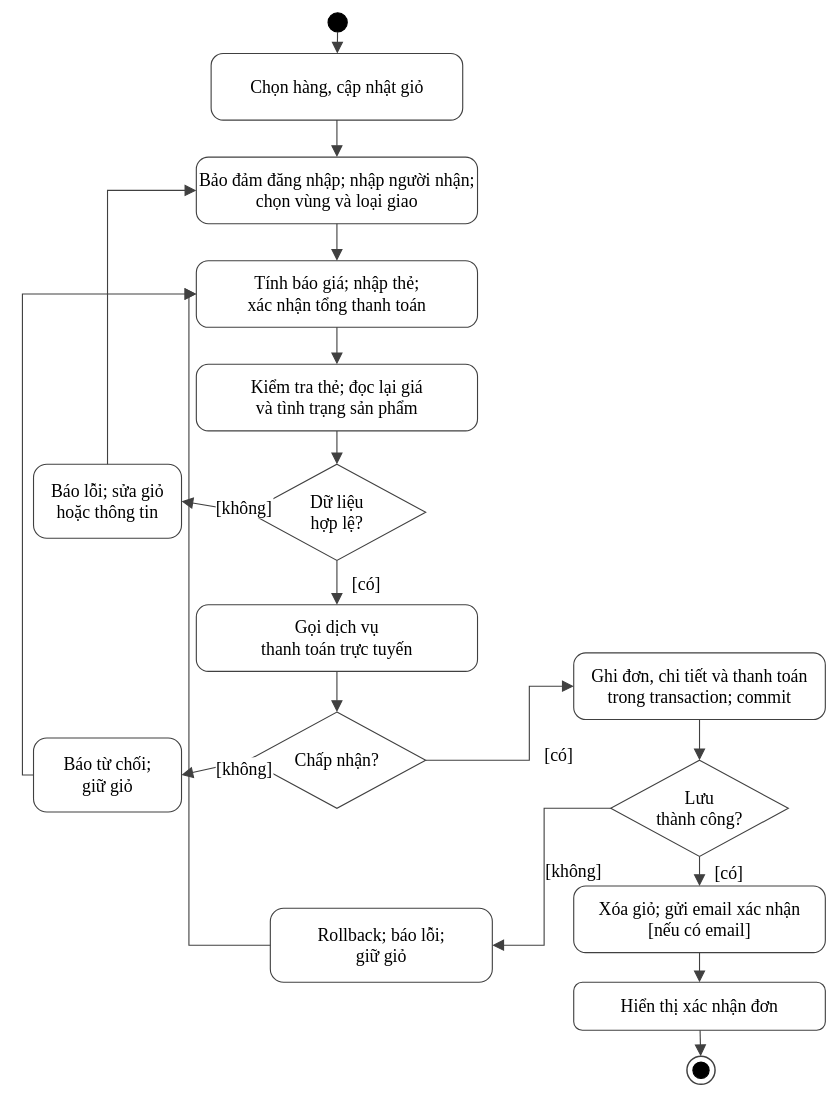
The draw.io diagram LAB4/UML/10_hoat_dong_dat_hang.drawio in kanishere55/LAB_AT_OOSD, before the edit. Source tidied: cells renumbered, new cells numbered last; positions are measured from the earlier drawing's top-left corner, leaving out a move shared by most shapes. Both pictures are drawn from the tidied source at 74%, with x=0, y=0 at pixel (22, 13).
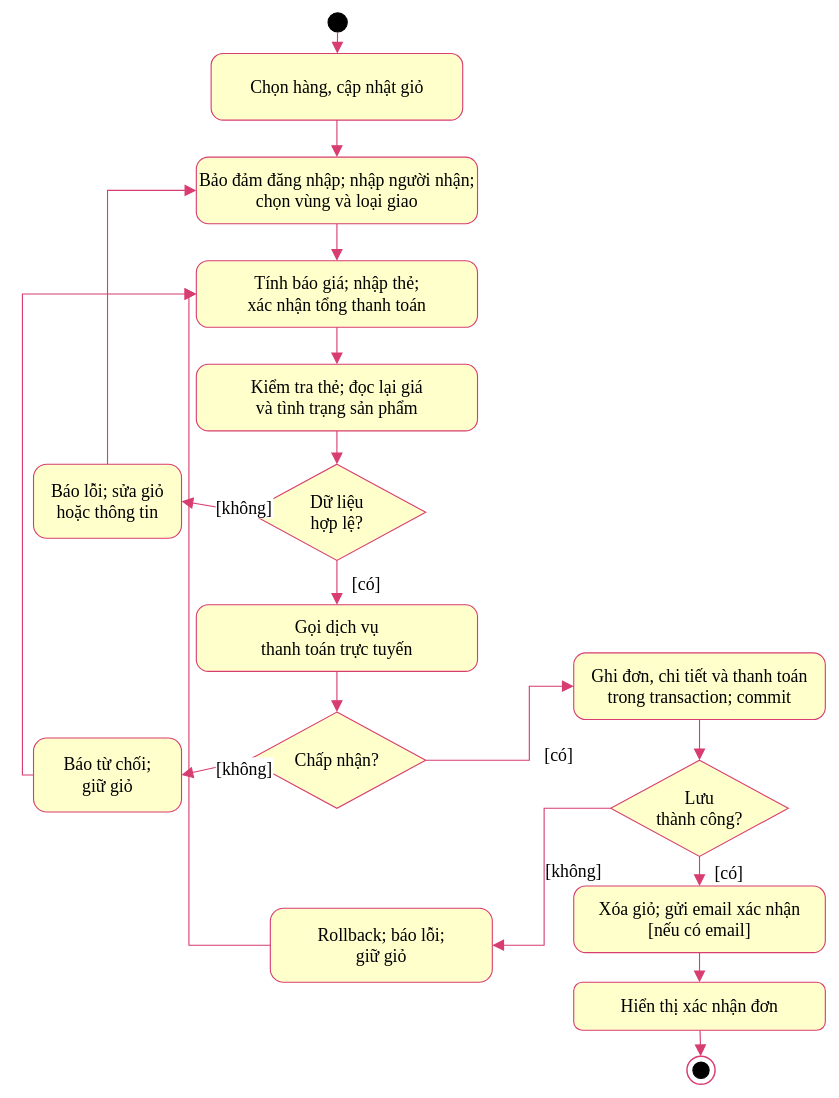
Above is the later version.

The edit, as a diff of the source:
```diff
@@
-    <mxCell id="2" style="fontFamily=Times New Roman;fontSize=24;fontColor=#000000;strokeColor=#404040;strokeWidth=1.5;shadow=0;shape=ellipse;fillColor=#000000;strokeColor=#000000;" parent="1" vertex="1">
+    <mxCell id="2" style="fontFamily=Times New Roman;fontSize=24;fontColor=#000000;strokeColor=#000000;strokeWidth=1.5;shadow=0;shape=ellipse;fillColor=#000000;strokeColor=#000000;" parent="1" vertex="1">
       <mxGeometry x="412.8" y="-0.2" width="26" height="26" as="geometry" />
     </mxCell>
-    <mxCell id="3" value="Chọn hàng, cập nhật giỏ" style="fontFamily=Times New Roman;fontSize=24;fontColor=#000000;strokeColor=#404040;strokeWidth=1.5;shadow=0;rounded=1;arcSize=18;fillColor=#ffffff;whiteSpace=wrap;html=0;" parent="1" vertex="1">
+    <mxCell id="3" value="Chọn hàng, cập nhật giỏ" style="fontFamily=Times New Roman;fontSize=24;fontColor=#000000;strokeColor=#d83d70;strokeWidth=1.5;shadow=0;rounded=1;arcSize=18;fillColor=#ffffcc;whiteSpace=wrap;html=0;" parent="1" vertex="1">
       <mxGeometry x="254.8" y="54.8" width="340" height="90" as="geometry" />
     </mxCell>
-    <mxCell id="4" value="Bảo đảm đăng nhập; nhập người nhận;&#10;chọn vùng và loại giao" style="fontFamily=Times New Roman;fontSize=24;fontColor=#000000;strokeColor=#404040;strokeWidth=1.5;shadow=0;rounded=1;arcSize=18;fillColor=#ffffff;whiteSpace=wrap;html=0;" parent="1" vertex="1">
+    <mxCell id="4" value="Bảo đảm đăng nhập; nhập người nhận;&#10;chọn vùng và loại giao" style="fontFamily=Times New Roman;fontSize=24;fontColor=#000000;strokeColor=#d83d70;strokeWidth=1.5;shadow=0;rounded=1;arcSize=18;fillColor=#ffffcc;whiteSpace=wrap;html=0;" parent="1" vertex="1">
       <mxGeometry x="234.8" y="194.8" width="380" height="90" as="geometry" />
     </mxCell>
-    <mxCell id="5" value="Tính báo giá; nhập thẻ;&#10;xác nhận tổng thanh toán" style="fontFamily=Times New Roman;fontSize=24;fontColor=#000000;strokeColor=#404040;strokeWidth=1.5;shadow=0;rounded=1;arcSize=18;fillColor=#ffffff;whiteSpace=wrap;html=0;" parent="1" vertex="1">
+    <mxCell id="5" value="Tính báo giá; nhập thẻ;&#10;xác nhận tổng thanh toán" style="fontFamily=Times New Roman;fontSize=24;fontColor=#000000;strokeColor=#d83d70;strokeWidth=1.5;shadow=0;rounded=1;arcSize=18;fillColor=#ffffcc;whiteSpace=wrap;html=0;" parent="1" vertex="1">
       <mxGeometry x="234.8" y="334.8" width="380" height="90" as="geometry" />
     </mxCell>
-    <mxCell id="6" value="Kiểm tra thẻ; đọc lại giá&#10;và tình trạng sản phẩm" style="fontFamily=Times New Roman;fontSize=24;fontColor=#000000;strokeColor=#404040;strokeWidth=1.5;shadow=0;rounded=1;arcSize=18;fillColor=#ffffff;whiteSpace=wrap;html=0;" parent="1" vertex="1">
+    <mxCell id="6" value="Kiểm tra thẻ; đọc lại giá&#10;và tình trạng sản phẩm" style="fontFamily=Times New Roman;fontSize=24;fontColor=#000000;strokeColor=#d83d70;strokeWidth=1.5;shadow=0;rounded=1;arcSize=18;fillColor=#ffffcc;whiteSpace=wrap;html=0;" parent="1" vertex="1">
       <mxGeometry x="234.8" y="474.8" width="380" height="90" as="geometry" />
     </mxCell>
-    <mxCell id="7" value="Dữ liệu&#10;hợp lệ?" style="fontFamily=Times New Roman;fontSize=24;fontColor=#000000;strokeColor=#404040;strokeWidth=1.5;shadow=0;shape=rhombus;fillColor=#ffffff;whiteSpace=wrap;html=0;fontSize=24;" parent="1" vertex="1">
+    <mxCell id="7" value="Dữ liệu&#10;hợp lệ?" style="fontFamily=Times New Roman;fontSize=24;fontColor=#000000;strokeColor=#d83d70;strokeWidth=1.5;shadow=0;shape=rhombus;fillColor=#ffffcc;whiteSpace=wrap;html=0;fontSize=24;" parent="1" vertex="1">
       <mxGeometry x="304.8" y="609.8" width="240" height="130" as="geometry" />
     </mxCell>
-    <mxCell id="8" value="Gọi dịch vụ&#10;thanh toán trực tuyến" style="fontFamily=Times New Roman;fontSize=24;fontColor=#000000;strokeColor=#404040;strokeWidth=1.5;shadow=0;rounded=1;arcSize=18;fillColor=#ffffff;whiteSpace=wrap;html=0;" parent="1" vertex="1">
+    <mxCell id="8" value="Gọi dịch vụ&#10;thanh toán trực tuyến" style="fontFamily=Times New Roman;fontSize=24;fontColor=#000000;strokeColor=#d83d70;strokeWidth=1.5;shadow=0;rounded=1;arcSize=18;fillColor=#ffffcc;whiteSpace=wrap;html=0;" parent="1" vertex="1">
       <mxGeometry x="234.8" y="799.8" width="380" height="90" as="geometry" />
     </mxCell>
-    <mxCell id="9" value="Chấp nhận?" style="fontFamily=Times New Roman;fontSize=24;fontColor=#000000;strokeColor=#404040;strokeWidth=1.5;shadow=0;shape=rhombus;fillColor=#ffffff;whiteSpace=wrap;html=0;fontSize=24;" parent="1" vertex="1">
+    <mxCell id="9" value="Chấp nhận?" style="fontFamily=Times New Roman;fontSize=24;fontColor=#000000;strokeColor=#d83d70;strokeWidth=1.5;shadow=0;shape=rhombus;fillColor=#ffffcc;whiteSpace=wrap;html=0;fontSize=24;" parent="1" vertex="1">
       <mxGeometry x="304.8" y="944.8" width="240" height="130" as="geometry" />
     </mxCell>
-    <mxCell id="10" value="Ghi đơn, chi tiết và thanh toán&#10;trong transaction; commit" style="fontFamily=Times New Roman;fontSize=24;fontColor=#000000;strokeColor=#404040;strokeWidth=1.5;shadow=0;rounded=1;arcSize=18;fillColor=#ffffff;whiteSpace=wrap;html=0;" parent="1" vertex="1">
+    <mxCell id="10" value="Ghi đơn, chi tiết và thanh toán&#10;trong transaction; commit" style="fontFamily=Times New Roman;fontSize=24;fontColor=#000000;strokeColor=#d83d70;strokeWidth=1.5;shadow=0;rounded=1;arcSize=18;fillColor=#ffffcc;whiteSpace=wrap;html=0;" parent="1" vertex="1">
       <mxGeometry x="744.8" y="864.8" width="340" height="90" as="geometry" />
     </mxCell>
-    <mxCell id="11" value="Lưu&#10;thành công?" style="fontFamily=Times New Roman;fontSize=24;fontColor=#000000;strokeColor=#404040;strokeWidth=1.5;shadow=0;shape=rhombus;fillColor=#ffffff;whiteSpace=wrap;html=0;fontSize=24;" parent="1" vertex="1">
+    <mxCell id="11" value="Lưu&#10;thành công?" style="fontFamily=Times New Roman;fontSize=24;fontColor=#000000;strokeColor=#d83d70;strokeWidth=1.5;shadow=0;shape=rhombus;fillColor=#ffffcc;whiteSpace=wrap;html=0;fontSize=24;" parent="1" vertex="1">
       <mxGeometry x="794.8" y="1009.8" width="240" height="130" as="geometry" />
     </mxCell>
-    <mxCell id="12" value="Xóa giỏ; gửi email xác nhận&#10;[nếu có email]" style="fontFamily=Times New Roman;fontSize=24;fontColor=#000000;strokeColor=#404040;strokeWidth=1.5;shadow=0;rounded=1;arcSize=18;fillColor=#ffffff;whiteSpace=wrap;html=0;" parent="1" vertex="1">
+    <mxCell id="12" value="Xóa giỏ; gửi email xác nhận&#10;[nếu có email]" style="fontFamily=Times New Roman;fontSize=24;fontColor=#000000;strokeColor=#d83d70;strokeWidth=1.5;shadow=0;rounded=1;arcSize=18;fillColor=#ffffcc;whiteSpace=wrap;html=0;" parent="1" vertex="1">
       <mxGeometry x="744.8" y="1179.8" width="340" height="90" as="geometry" />
     </mxCell>
-    <mxCell id="13" value="Hiển thị xác nhận đơn" style="fontFamily=Times New Roman;fontSize=24;fontColor=#000000;strokeColor=#404040;strokeWidth=1.5;shadow=0;rounded=1;arcSize=18;fillColor=#ffffff;whiteSpace=wrap;html=0;" parent="1" vertex="1">
+    <mxCell id="13" value="Hiển thị xác nhận đơn" style="fontFamily=Times New Roman;fontSize=24;fontColor=#000000;strokeColor=#d83d70;strokeWidth=1.5;shadow=0;rounded=1;arcSize=18;fillColor=#ffffcc;whiteSpace=wrap;html=0;" parent="1" vertex="1">
       <mxGeometry x="744.8" y="1309.8" width="340" height="65" as="geometry" />
     </mxCell>
-    <mxCell id="14" style="fontFamily=Times New Roman;fontSize=24;fontColor=#000000;strokeColor=#404040;strokeWidth=1.5;shadow=0;shape=ellipse;fillColor=#ffffff;strokeWidth=2;" parent="1" vertex="1">
+    <mxCell id="14" style="fontFamily=Times New Roman;fontSize=24;fontColor=#000000;strokeColor=#d83d70;strokeWidth=1.5;shadow=0;shape=ellipse;fillColor=#ffffff;strokeWidth=2;" parent="1" vertex="1">
       <mxGeometry x="897.8" y="1409.8" width="38" height="38" as="geometry" />
     </mxCell>
-    <mxCell id="15" style="fontFamily=Times New Roman;fontSize=24;fontColor=#000000;strokeColor=#404040;strokeWidth=1.5;shadow=0;shape=ellipse;fillColor=#000000;strokeColor=#000000;" parent="1" vertex="1">
+    <mxCell id="15" style="fontFamily=Times New Roman;fontSize=24;fontColor=#000000;strokeColor=#000000;strokeWidth=1.5;shadow=0;shape=ellipse;fillColor=#000000;strokeColor=#000000;" parent="1" vertex="1">
       <mxGeometry x="905.8" y="1417.8" width="22" height="22" as="geometry" />
     </mxCell>
-    <mxCell id="16" style="fontFamily=Times New Roman;fontSize=24;fontColor=#000000;strokeColor=#404040;strokeWidth=1.5;shadow=0;edgeStyle=none;rounded=0;html=0;labelBackgroundColor=#ffffff;endArrow=block;endSize=12;" parent="1" edge="1" source="2" target="3">
+    <mxCell id="16" style="fontFamily=Times New Roman;fontSize=24;fontColor=#000000;strokeColor=#d83d70;strokeWidth=1.5;shadow=0;edgeStyle=none;rounded=0;html=0;labelBackgroundColor=#ffffff;endArrow=block;endSize=12;" parent="1" edge="1" source="2" target="3">
       <mxGeometry relative="1" as="geometry" />
     </mxCell>
-    <mxCell id="17" style="fontFamily=Times New Roman;fontSize=24;fontColor=#000000;strokeColor=#404040;strokeWidth=1.5;shadow=0;edgeStyle=none;rounded=0;html=0;labelBackgroundColor=#ffffff;endArrow=block;endSize=12;" parent="1" edge="1" source="3" target="4">
+    <mxCell id="17" style="fontFamily=Times New Roman;fontSize=24;fontColor=#000000;strokeColor=#d83d70;strokeWidth=1.5;shadow=0;edgeStyle=none;rounded=0;html=0;labelBackgroundColor=#ffffff;endArrow=block;endSize=12;" parent="1" edge="1" source="3" target="4">
       <mxGeometry relative="1" as="geometry" />
     </mxCell>
-    <mxCell id="18" style="fontFamily=Times New Roman;fontSize=24;fontColor=#000000;strokeColor=#404040;strokeWidth=1.5;shadow=0;edgeStyle=none;rounded=0;html=0;labelBackgroundColor=#ffffff;endArrow=block;endSize=12;" parent="1" edge="1" source="4" target="5">
+    <mxCell id="18" style="fontFamily=Times New Roman;fontSize=24;fontColor=#000000;strokeColor=#d83d70;strokeWidth=1.5;shadow=0;edgeStyle=none;rounded=0;html=0;labelBackgroundColor=#ffffff;endArrow=block;endSize=12;" parent="1" edge="1" source="4" target="5">
       <mxGeometry relative="1" as="geometry" />
     </mxCell>
-    <mxCell id="19" style="fontFamily=Times New Roman;fontSize=24;fontColor=#000000;strokeColor=#404040;strokeWidth=1.5;shadow=0;edgeStyle=none;rounded=0;html=0;labelBackgroundColor=#ffffff;endArrow=block;endSize=12;" parent="1" edge="1" source="5" target="6">
+    <mxCell id="19" style="fontFamily=Times New Roman;fontSize=24;fontColor=#000000;strokeColor=#d83d70;strokeWidth=1.5;shadow=0;edgeStyle=none;rounded=0;html=0;labelBackgroundColor=#ffffff;endArrow=block;endSize=12;" parent="1" edge="1" source="5" target="6">
       <mxGeometry relative="1" as="geometry" />
     </mxCell>
-    <mxCell id="20" style="fontFamily=Times New Roman;fontSize=24;fontColor=#000000;strokeColor=#404040;strokeWidth=1.5;shadow=0;edgeStyle=none;rounded=0;html=0;labelBackgroundColor=#ffffff;endArrow=block;endSize=12;" parent="1" edge="1" source="6" target="7">
+    <mxCell id="20" style="fontFamily=Times New Roman;fontSize=24;fontColor=#000000;strokeColor=#d83d70;strokeWidth=1.5;shadow=0;edgeStyle=none;rounded=0;html=0;labelBackgroundColor=#ffffff;endArrow=block;endSize=12;" parent="1" edge="1" source="6" target="7">
       <mxGeometry relative="1" as="geometry" />
     </mxCell>
-    <mxCell id="21" value="[có]" style="fontFamily=Times New Roman;fontSize=24;fontColor=#000000;strokeColor=#404040;strokeWidth=1.5;shadow=0;edgeStyle=none;rounded=0;html=0;labelBackgroundColor=#ffffff;endArrow=block;endSize=12;" parent="1" edge="1" source="7" target="8">
+    <mxCell id="21" value="[có]" style="fontFamily=Times New Roman;fontSize=24;fontColor=#000000;strokeColor=#d83d70;strokeWidth=1.5;shadow=0;edgeStyle=none;rounded=0;html=0;labelBackgroundColor=#ffffff;endArrow=block;endSize=12;" parent="1" edge="1" source="7" target="8">
       <mxGeometry relative="1" as="geometry">
         <mxPoint x="40" as="offset" />
       </mxGeometry>
     </mxCell>
-    <mxCell id="22" value="Báo lỗi; sửa giỏ&#10;hoặc thông tin" style="fontFamily=Times New Roman;fontSize=24;fontColor=#000000;strokeColor=#404040;strokeWidth=1.5;shadow=0;rounded=1;arcSize=18;fillColor=#ffffff;whiteSpace=wrap;html=0;" parent="1" vertex="1">
+    <mxCell id="22" value="Báo lỗi; sửa giỏ&#10;hoặc thông tin" style="fontFamily=Times New Roman;fontSize=24;fontColor=#000000;strokeColor=#d83d70;strokeWidth=1.5;shadow=0;rounded=1;arcSize=18;fillColor=#ffffcc;whiteSpace=wrap;html=0;" parent="1" vertex="1">
       <mxGeometry x="14.8" y="609.8" width="200" height="100" as="geometry" />
     </mxCell>
-    <mxCell id="23" value="[không]" style="fontFamily=Times New Roman;fontSize=24;fontColor=#000000;strokeColor=#404040;strokeWidth=1.5;shadow=0;edgeStyle=none;rounded=0;html=0;labelBackgroundColor=#ffffff;endArrow=block;endSize=12;exitX=0;exitY=0.5;entryX=1;entryY=0.5;" parent="1" edge="1" source="7" target="22">
+    <mxCell id="23" value="[không]" style="fontFamily=Times New Roman;fontSize=24;fontColor=#000000;strokeColor=#d83d70;strokeWidth=1.5;shadow=0;edgeStyle=none;rounded=0;html=0;labelBackgroundColor=#ffffff;endArrow=block;endSize=12;exitX=0;exitY=0.5;entryX=1;entryY=0.5;" parent="1" edge="1" source="7" target="22">
       <mxGeometry relative="1" as="geometry">
         <mxPoint x="40" as="offset" />
       </mxGeometry>
     </mxCell>
-    <mxCell id="24" style="fontFamily=Times New Roman;fontSize=24;fontColor=#000000;strokeColor=#404040;strokeWidth=1.5;shadow=0;edgeStyle=none;rounded=0;html=0;labelBackgroundColor=#ffffff;endArrow=block;endSize=12;exitX=0.5;exitY=0;entryX=0;entryY=0.5;" parent="1" edge="1" source="22" target="4">
+    <mxCell id="24" style="fontFamily=Times New Roman;fontSize=24;fontColor=#000000;strokeColor=#d83d70;strokeWidth=1.5;shadow=0;edgeStyle=none;rounded=0;html=0;labelBackgroundColor=#ffffff;endArrow=block;endSize=12;exitX=0.5;exitY=0;entryX=0;entryY=0.5;" parent="1" edge="1" source="22" target="4">
       <mxGeometry relative="1" as="geometry">
         <Array as="points">
           <mxPoint x="114.8" y="239.8" />
         </Array>
       </mxGeometry>
     </mxCell>
-    <mxCell id="25" style="fontFamily=Times New Roman;fontSize=24;fontColor=#000000;strokeColor=#404040;strokeWidth=1.5;shadow=0;edgeStyle=none;rounded=0;html=0;labelBackgroundColor=#ffffff;endArrow=block;endSize=12;" parent="1" edge="1" source="8" target="9">
+    <mxCell id="25" style="fontFamily=Times New Roman;fontSize=24;fontColor=#000000;strokeColor=#d83d70;strokeWidth=1.5;shadow=0;edgeStyle=none;rounded=0;html=0;labelBackgroundColor=#ffffff;endArrow=block;endSize=12;" parent="1" edge="1" source="8" target="9">
       <mxGeometry relative="1" as="geometry" />
     </mxCell>
-    <mxCell id="26" value="Báo từ chối;&#10;giữ giỏ" style="fontFamily=Times New Roman;fontSize=24;fontColor=#000000;strokeColor=#404040;strokeWidth=1.5;shadow=0;rounded=1;arcSize=18;fillColor=#ffffff;whiteSpace=wrap;html=0;" parent="1" vertex="1">
+    <mxCell id="26" value="Báo từ chối;&#10;giữ giỏ" style="fontFamily=Times New Roman;fontSize=24;fontColor=#000000;strokeColor=#d83d70;strokeWidth=1.5;shadow=0;rounded=1;arcSize=18;fillColor=#ffffcc;whiteSpace=wrap;html=0;" parent="1" vertex="1">
       <mxGeometry x="14.8" y="979.8" width="200" height="100" as="geometry" />
     </mxCell>
-    <mxCell id="27" value="[không]" style="fontFamily=Times New Roman;fontSize=24;fontColor=#000000;strokeColor=#404040;strokeWidth=1.5;shadow=0;edgeStyle=none;rounded=0;html=0;labelBackgroundColor=#ffffff;endArrow=block;endSize=12;exitX=0;exitY=0.5;entryX=1;entryY=0.5;" parent="1" edge="1" source="9" target="26">
+    <mxCell id="27" value="[không]" style="fontFamily=Times New Roman;fontSize=24;fontColor=#000000;strokeColor=#d83d70;strokeWidth=1.5;shadow=0;edgeStyle=none;rounded=0;html=0;labelBackgroundColor=#ffffff;endArrow=block;endSize=12;exitX=0;exitY=0.5;entryX=1;entryY=0.5;" parent="1" edge="1" source="9" target="26">
       <mxGeometry relative="1" as="geometry">
         <mxPoint x="40" as="offset" />
       </mxGeometry>
     </mxCell>
-    <mxCell id="28" style="fontFamily=Times New Roman;fontSize=24;fontColor=#000000;strokeColor=#404040;strokeWidth=1.5;shadow=0;edgeStyle=none;rounded=0;html=0;labelBackgroundColor=#ffffff;endArrow=block;endSize=12;exitX=0;exitY=0.5;entryX=0;entryY=0.5;" parent="1" edge="1" source="26" target="5">
+    <mxCell id="28" style="fontFamily=Times New Roman;fontSize=24;fontColor=#000000;strokeColor=#d83d70;strokeWidth=1.5;shadow=0;edgeStyle=none;rounded=0;html=0;labelBackgroundColor=#ffffff;endArrow=block;endSize=12;exitX=0;exitY=0.5;entryX=0;entryY=0.5;" parent="1" edge="1" source="26" target="5">
       <mxGeometry relative="1" as="geometry">
         <Array as="points">
           <mxPoint x="-0.2" y="1029.8" />
           <mxPoint x="-0.2" y="379.8" />
         </Array>
       </mxGeometry>
     </mxCell>
-    <mxCell id="29" value="[có]" style="fontFamily=Times New Roman;fontSize=24;fontColor=#000000;strokeColor=#404040;strokeWidth=1.5;shadow=0;edgeStyle=none;rounded=0;html=0;labelBackgroundColor=#ffffff;endArrow=block;endSize=12;exitX=1;exitY=0.5;entryX=0;entryY=0.5;" parent="1" edge="1" source="9" target="10">
+    <mxCell id="29" value="[có]" style="fontFamily=Times New Roman;fontSize=24;fontColor=#000000;strokeColor=#d83d70;strokeWidth=1.5;shadow=0;edgeStyle=none;rounded=0;html=0;labelBackgroundColor=#ffffff;endArrow=block;endSize=12;exitX=1;exitY=0.5;entryX=0;entryY=0.5;" parent="1" edge="1" source="9" target="10">
       <mxGeometry relative="1" as="geometry">
         <Array as="points">
           <mxPoint x="684.8" y="1009.8" />
           <mxPoint x="684.8" y="909.8" />
         </Array>
         <mxPoint x="40" as="offset" />
       </mxGeometry>
     </mxCell>
-    <mxCell id="30" style="fontFamily=Times New Roman;fontSize=24;fontColor=#000000;strokeColor=#404040;strokeWidth=1.5;shadow=0;edgeStyle=none;rounded=0;html=0;labelBackgroundColor=#ffffff;endArrow=block;endSize=12;" parent="1" edge="1" source="10" target="11">
+    <mxCell id="30" style="fontFamily=Times New Roman;fontSize=24;fontColor=#000000;strokeColor=#d83d70;strokeWidth=1.5;shadow=0;edgeStyle=none;rounded=0;html=0;labelBackgroundColor=#ffffff;endArrow=block;endSize=12;" parent="1" edge="1" source="10" target="11">
       <mxGeometry relative="1" as="geometry" />
     </mxCell>
-    <mxCell id="31" value="[có]" style="fontFamily=Times New Roman;fontSize=24;fontColor=#000000;strokeColor=#404040;strokeWidth=1.5;shadow=0;edgeStyle=none;rounded=0;html=0;labelBackgroundColor=#ffffff;endArrow=block;endSize=12;" parent="1" edge="1" source="11" target="12">
+    <mxCell id="31" value="[có]" style="fontFamily=Times New Roman;fontSize=24;fontColor=#000000;strokeColor=#d83d70;strokeWidth=1.5;shadow=0;edgeStyle=none;rounded=0;html=0;labelBackgroundColor=#ffffff;endArrow=block;endSize=12;" parent="1" edge="1" source="11" target="12">
       <mxGeometry relative="1" as="geometry">
         <mxPoint x="40" as="offset" />
       </mxGeometry>
     </mxCell>
-    <mxCell id="32" value="Rollback; báo lỗi;&#10;giữ giỏ" style="fontFamily=Times New Roman;fontSize=24;fontColor=#000000;strokeColor=#404040;strokeWidth=1.5;shadow=0;rounded=1;arcSize=18;fillColor=#ffffff;whiteSpace=wrap;html=0;" parent="1" vertex="1">
+    <mxCell id="32" value="Rollback; báo lỗi;&#10;giữ giỏ" style="fontFamily=Times New Roman;fontSize=24;fontColor=#000000;strokeColor=#d83d70;strokeWidth=1.5;shadow=0;rounded=1;arcSize=18;fillColor=#ffffcc;whiteSpace=wrap;html=0;" parent="1" vertex="1">
       <mxGeometry x="334.8" y="1209.8" width="300" height="100" as="geometry" />
     </mxCell>
-    <mxCell id="33" value="[không]" style="fontFamily=Times New Roman;fontSize=24;fontColor=#000000;strokeColor=#404040;strokeWidth=1.5;shadow=0;edgeStyle=none;rounded=0;html=0;labelBackgroundColor=#ffffff;endArrow=block;endSize=12;exitX=0;exitY=0.5;entryX=1;entryY=0.5;" parent="1" edge="1" source="11" target="32">
+    <mxCell id="33" value="[không]" style="fontFamily=Times New Roman;fontSize=24;fontColor=#000000;strokeColor=#d83d70;strokeWidth=1.5;shadow=0;edgeStyle=none;rounded=0;html=0;labelBackgroundColor=#ffffff;endArrow=block;endSize=12;exitX=0;exitY=0.5;entryX=1;entryY=0.5;" parent="1" edge="1" source="11" target="32">
       <mxGeometry relative="1" as="geometry">
         <Array as="points">
           <mxPoint x="704.8" y="1074.8" />
           <mxPoint x="704.8" y="1259.8" />
         </Array>
         <mxPoint x="40" as="offset" />
       </mxGeometry>
     </mxCell>
-    <mxCell id="34" style="fontFamily=Times New Roman;fontSize=24;fontColor=#000000;strokeColor=#404040;strokeWidth=1.5;shadow=0;edgeStyle=none;rounded=0;html=0;labelBackgroundColor=#ffffff;endArrow=block;endSize=12;exitX=0;exitY=0.5;entryX=0;entryY=0.5;" parent="1" edge="1" source="32" target="5">
+    <mxCell id="34" style="fontFamily=Times New Roman;fontSize=24;fontColor=#000000;strokeColor=#d83d70;strokeWidth=1.5;shadow=0;edgeStyle=none;rounded=0;html=0;labelBackgroundColor=#ffffff;endArrow=block;endSize=12;exitX=0;exitY=0.5;entryX=0;entryY=0.5;" parent="1" edge="1" source="32" target="5">
       <mxGeometry relative="1" as="geometry">
         <Array as="points">
           <mxPoint x="224.8" y="1259.8" />
           <mxPoint x="224.8" y="379.8" />
         </Array>
       </mxGeometry>
     </mxCell>
-    <mxCell id="35" style="fontFamily=Times New Roman;fontSize=24;fontColor=#000000;strokeColor=#404040;strokeWidth=1.5;shadow=0;edgeStyle=none;rounded=0;html=0;labelBackgroundColor=#ffffff;endArrow=block;endSize=12;" parent="1" edge="1" source="12" target="13">
+    <mxCell id="35" style="fontFamily=Times New Roman;fontSize=24;fontColor=#000000;strokeColor=#d83d70;strokeWidth=1.5;shadow=0;edgeStyle=none;rounded=0;html=0;labelBackgroundColor=#ffffff;endArrow=block;endSize=12;" parent="1" edge="1" source="12" target="13">
       <mxGeometry relative="1" as="geometry" />
     </mxCell>
-    <mxCell id="36" style="fontFamily=Times New Roman;fontSize=24;fontColor=#000000;strokeColor=#404040;strokeWidth=1.5;shadow=0;edgeStyle=none;rounded=0;html=0;labelBackgroundColor=#ffffff;endArrow=block;endSize=12;" parent="1" edge="1" source="13" target="14">
+    <mxCell id="36" style="fontFamily=Times New Roman;fontSize=24;fontColor=#000000;strokeColor=#d83d70;strokeWidth=1.5;shadow=0;edgeStyle=none;rounded=0;html=0;labelBackgroundColor=#ffffff;endArrow=block;endSize=12;" parent="1" edge="1" source="13" target="14">
       <mxGeometry relative="1" as="geometry" />
     </mxCell>
```
